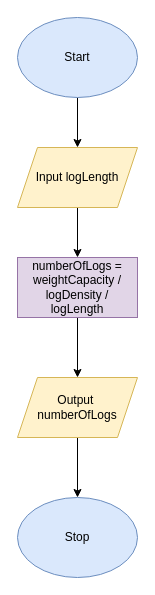
Earlier version of the draw.io diagram Design/Unit1-01.drawio (dbcalitis/ics4u-unit1-01-typescript). Source tidied: cells renumbered, new cells numbered last; positions are measured from the earlier drawing's top-left corner, leaving out a move shared by most shapes. Both pictures are drawn from the tidied source at 100%, with x=0, y=0 at pixel (17, 17).
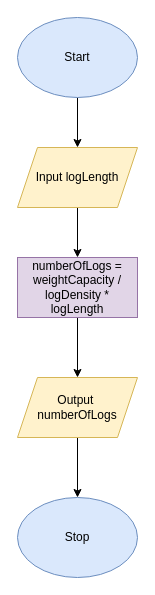
Above is the later version.

The edit, as a diff of the source:
```diff
@@
 <mxGraphModel>
   <root>
     <mxCell id="0" />
     <mxCell id="1" parent="0" />
     <mxCell id="2" style="edgeStyle=orthogonalEdgeStyle;html=1;exitX=0.5;exitY=1;exitDx=0;exitDy=0;entryX=0.5;entryY=0;entryDx=0;entryDy=0;rounded=0;" parent="1" edge="1" source="3" target="6">
       <mxGeometry relative="1" as="geometry" />
     </mxCell>
     <mxCell id="3" value="Start" style="ellipse;whiteSpace=wrap;html=1;fillColor=#dae8fc;strokeColor=#6c8ebf;" parent="1" vertex="1">
       <mxGeometry width="120" height="80" as="geometry" />
     </mxCell>
     <mxCell id="4" value="Stop" style="ellipse;whiteSpace=wrap;html=1;fillColor=#dae8fc;strokeColor=#6c8ebf;" parent="1" vertex="1">
       <mxGeometry y="480" width="120" height="80" as="geometry" />
     </mxCell>
     <mxCell id="5" style="edgeStyle=orthogonalEdgeStyle;rounded=0;html=1;exitX=0.5;exitY=1;exitDx=0;exitDy=0;entryX=0.5;entryY=0;entryDx=0;entryDy=0;" parent="1" edge="1" source="6" target="10">
       <mxGeometry relative="1" as="geometry" />
     </mxCell>
     <mxCell id="6" value="Input logLength" style="shape=parallelogram;perimeter=parallelogramPerimeter;whiteSpace=wrap;html=1;fixedSize=1;fillColor=#fff2cc;strokeColor=#d6b656;" parent="1" vertex="1">
       <mxGeometry y="130" width="120" height="60" as="geometry" />
     </mxCell>
     <mxCell id="7" style="edgeStyle=orthogonalEdgeStyle;rounded=0;html=1;exitX=0.5;exitY=1;exitDx=0;exitDy=0;" parent="1" edge="1" source="8" target="4">
       <mxGeometry relative="1" as="geometry" />
     </mxCell>
     <mxCell id="8" value="Output&amp;nbsp; numberOfLogs" style="shape=parallelogram;perimeter=parallelogramPerimeter;whiteSpace=wrap;html=1;fixedSize=1;fillColor=#fff2cc;strokeColor=#d6b656;" parent="1" vertex="1">
       <mxGeometry y="360" width="120" height="60" as="geometry" />
     </mxCell>
     <mxCell id="9" style="edgeStyle=orthogonalEdgeStyle;rounded=0;html=1;exitX=0.5;exitY=1;exitDx=0;exitDy=0;entryX=0.5;entryY=0;entryDx=0;entryDy=0;" parent="1" edge="1" source="10" target="8">
       <mxGeometry relative="1" as="geometry" />
     </mxCell>
-    <mxCell id="10" value="numberOfLogs = weightCapacity / logDensity / logLength" style="rounded=0;whiteSpace=wrap;html=1;fillColor=#e1d5e7;strokeColor=#9673a6;" parent="1" vertex="1">
+    <mxCell id="10" value="numberOfLogs = weightCapacity / logDensity * logLength" style="rounded=0;whiteSpace=wrap;html=1;fillColor=#e1d5e7;strokeColor=#9673a6;" parent="1" vertex="1">
       <mxGeometry y="240" width="120" height="60" as="geometry" />
     </mxCell>
   </root>
 </mxGraphModel>
```
